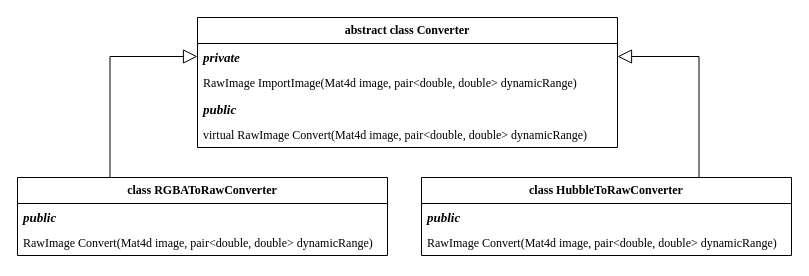
The draw.io diagram page "RawTextureConverters" (2 of 9) of Docs/Class diagrams.drawio in SpatiumOwl/ComplexSky-2.0, before the edit. Source tidied: cells renumbered, new cells numbered last; positions are measured from the earlier drawing's top-left corner, leaving out a move shared by most shapes. Both pictures are drawn from the tidied source at 100%, with x=0, y=0 at pixel (17, 17).
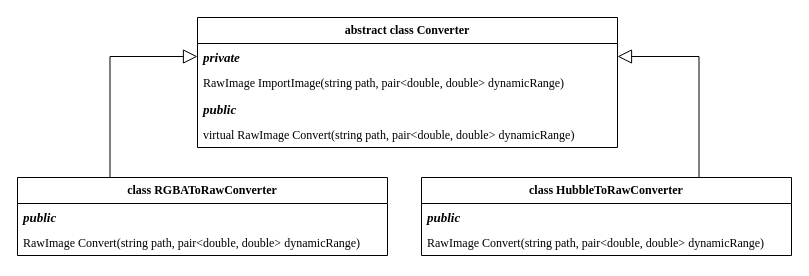
Above is the later version.

Change to the diagram source:
```diff
@@
 <mxGraphModel>
   <root>
     <mxCell id="0" />
     <mxCell id="1" parent="0" />
     <mxCell id="2" style="edgeStyle=orthogonalEdgeStyle;rounded=0;jettySize=auto;html=1;exitX=0.25;exitY=0;exitDx=0;exitDy=0;entryX=0;entryY=0.5;entryDx=0;entryDy=0;endArrow=block;endFill=0;startSize=6;strokeWidth=1;endSize=12;" parent="1" edge="1" source="3" target="11">
       <mxGeometry relative="1" as="geometry" />
     </mxCell>
     <mxCell id="3" value="class RGBAToRawConverter" style="swimlane;fontStyle=1;horizontal=1;startSize=26;fillColor=none;whiteSpace=wrap;html=1;fontFamily=Times New Roman;" parent="1" vertex="1">
       <mxGeometry y="160" width="370" height="78" as="geometry" />
     </mxCell>
     <mxCell id="4" value="public" style="text;strokeColor=none;fillColor=none;align=left;verticalAlign=top;spacingLeft=4;spacingRight=4;overflow=hidden;fontStyle=3;fontFamily=Times New Roman;fontSize=13;" parent="3" vertex="1">
       <mxGeometry y="26" width="370" height="26" as="geometry" />
     </mxCell>
-    <mxCell id="5" value="RawImage Convert(Mat4d image,&amp;nbsp;pair&amp;lt;double, double&amp;gt; dynamicRange)" style="text;strokeColor=none;fillColor=none;align=left;verticalAlign=top;spacingLeft=4;spacingRight=4;overflow=hidden;whiteSpace=wrap;html=1;fontFamily=Times New Roman;" parent="3" vertex="1">
+    <mxCell id="5" value="RawImage Convert(string path,&amp;nbsp;pair&amp;lt;double, double&amp;gt; dynamicRange)" style="text;strokeColor=none;fillColor=none;align=left;verticalAlign=top;spacingLeft=4;spacingRight=4;overflow=hidden;whiteSpace=wrap;html=1;fontFamily=Times New Roman;" parent="3" vertex="1">
       <mxGeometry y="52" width="370" height="26" as="geometry" />
     </mxCell>
     <mxCell id="6" style="edgeStyle=orthogonalEdgeStyle;rounded=0;jettySize=auto;html=1;exitX=0.75;exitY=0;exitDx=0;exitDy=0;entryX=1;entryY=0.5;entryDx=0;entryDy=0;endArrow=block;endFill=0;endSize=12;" parent="1" edge="1" source="7" target="11">
       <mxGeometry relative="1" as="geometry" />
     </mxCell>
     <mxCell id="7" value="class HubbleToRawConverter" style="swimlane;fontStyle=1;horizontal=1;startSize=26;fillColor=none;whiteSpace=wrap;html=1;fontFamily=Times New Roman;" parent="1" vertex="1">
       <mxGeometry x="404" y="160" width="370" height="78" as="geometry" />
     </mxCell>
     <mxCell id="8" value="public" style="text;strokeColor=none;fillColor=none;align=left;verticalAlign=top;spacingLeft=4;spacingRight=4;overflow=hidden;fontStyle=3;fontFamily=Times New Roman;fontSize=13;" parent="7" vertex="1">
       <mxGeometry y="26" width="370" height="26" as="geometry" />
     </mxCell>
-    <mxCell id="9" value="RawImage Convert(Mat4d image,&amp;nbsp;pair&amp;lt;double, double&amp;gt; dynamicRange)" style="text;strokeColor=none;fillColor=none;align=left;verticalAlign=top;spacingLeft=4;spacingRight=4;overflow=hidden;whiteSpace=wrap;html=1;fontFamily=Times New Roman;" parent="7" vertex="1">
+    <mxCell id="9" value="RawImage Convert(string path,&amp;nbsp;pair&amp;lt;double, double&amp;gt; dynamicRange)" style="text;strokeColor=none;fillColor=none;align=left;verticalAlign=top;spacingLeft=4;spacingRight=4;overflow=hidden;whiteSpace=wrap;html=1;fontFamily=Times New Roman;" parent="7" vertex="1">
       <mxGeometry y="52" width="370" height="26" as="geometry" />
     </mxCell>
     <mxCell id="10" value="abstract class Converter" style="swimlane;fontStyle=1;horizontal=1;startSize=26;fillColor=none;whiteSpace=wrap;html=1;fontFamily=Times New Roman;" parent="1" vertex="1">
       <mxGeometry x="180" width="420" height="130" as="geometry" />
     </mxCell>
     <mxCell id="11" value="private" style="text;strokeColor=none;fillColor=none;align=left;verticalAlign=top;spacingLeft=4;spacingRight=4;overflow=hidden;points=[[0,0.5],[1,0.5]];portConstraint=eastwest;fontStyle=3;fontFamily=Times New Roman;fontSize=13;" parent="10" vertex="1">
       <mxGeometry y="26" width="420" height="26" as="geometry" />
     </mxCell>
-    <mxCell id="12" value="RawImage ImportImage(Mat4d image,&amp;nbsp;pair&amp;lt;double, double&amp;gt; dynamicRange)" style="text;strokeColor=none;fillColor=none;align=left;verticalAlign=top;spacingLeft=4;spacingRight=4;overflow=hidden;whiteSpace=wrap;html=1;fontFamily=Times New Roman;" parent="10" vertex="1">
+    <mxCell id="12" value="RawImage ImportImage(string path,&amp;nbsp;pair&amp;lt;double, double&amp;gt; dynamicRange)" style="text;strokeColor=none;fillColor=none;align=left;verticalAlign=top;spacingLeft=4;spacingRight=4;overflow=hidden;whiteSpace=wrap;html=1;fontFamily=Times New Roman;" parent="10" vertex="1">
       <mxGeometry y="52" width="420" height="26" as="geometry" />
     </mxCell>
     <mxCell id="13" value="public" style="text;strokeColor=none;fillColor=none;align=left;verticalAlign=top;spacingLeft=4;spacingRight=4;overflow=hidden;fontStyle=3;fontFamily=Times New Roman;fontSize=13;" parent="10" vertex="1">
       <mxGeometry y="78" width="420" height="26" as="geometry" />
     </mxCell>
-    <mxCell id="14" value="virtual RawImage Convert(Mat4d image,&amp;nbsp;pair&amp;lt;double, double&amp;gt; dynamicRange)" style="text;strokeColor=none;fillColor=none;align=left;verticalAlign=top;spacingLeft=4;spacingRight=4;overflow=hidden;whiteSpace=wrap;html=1;fontFamily=Times New Roman;" parent="10" vertex="1">
+    <mxCell id="14" value="virtual RawImage Convert(string path,&amp;nbsp;pair&amp;lt;double, double&amp;gt; dynamicRange)" style="text;strokeColor=none;fillColor=none;align=left;verticalAlign=top;spacingLeft=4;spacingRight=4;overflow=hidden;whiteSpace=wrap;html=1;fontFamily=Times New Roman;" parent="10" vertex="1">
       <mxGeometry y="104" width="420" height="26" as="geometry" />
     </mxCell>
   </root>
 </mxGraphModel>
```
